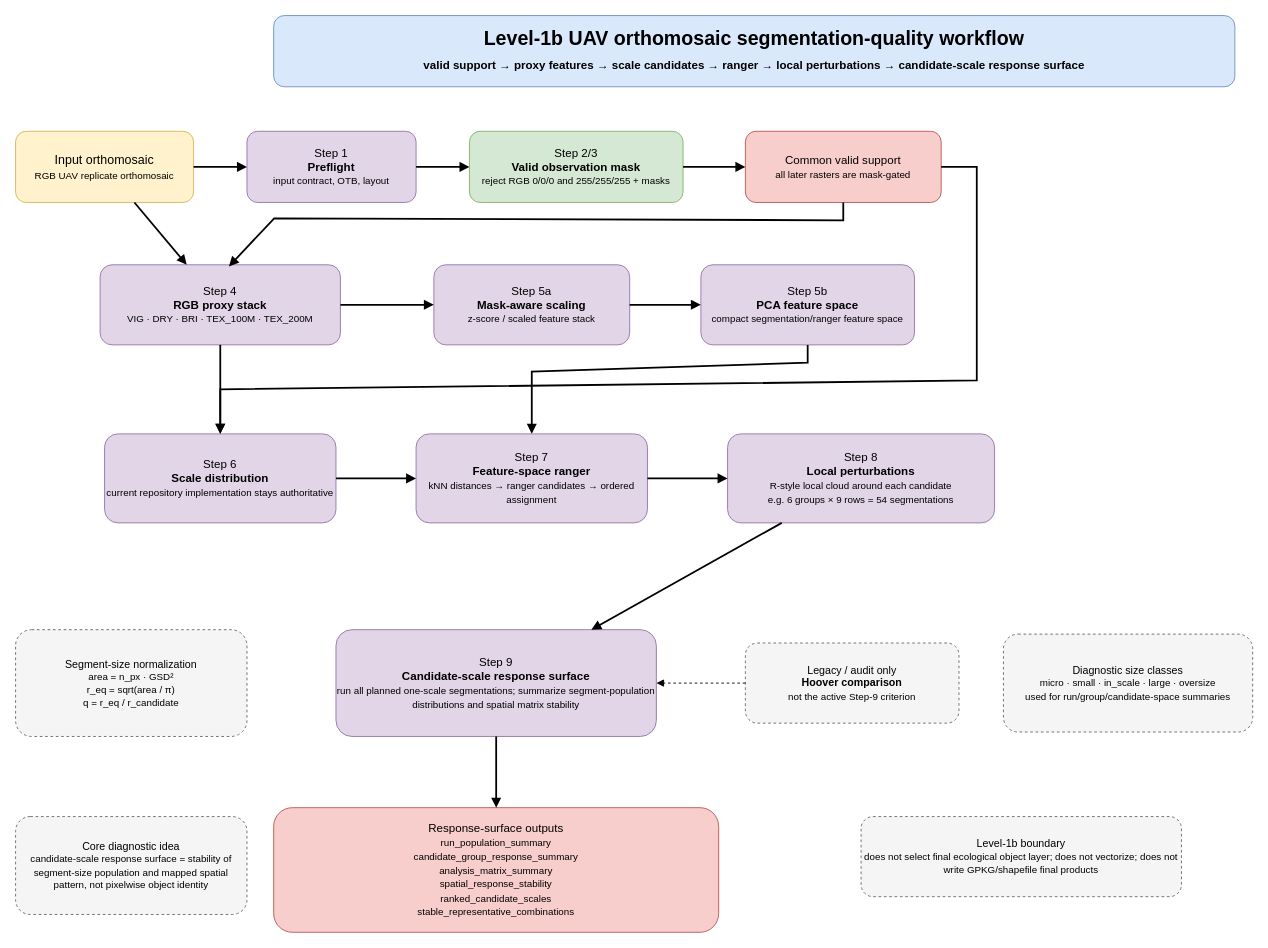
Before: docs/figures/level1b_workflow_overview.drawio in gisma/metashape-qc-engine, a draw.io diagram. Source tidied: cells renumbered, new cells numbered last; positions are measured from the earlier drawing's top-left corner, leaving out a move shared by most shapes. Both pictures are drawn from the tidied source at 89%, with x=0, y=0 at pixel (15, 15).
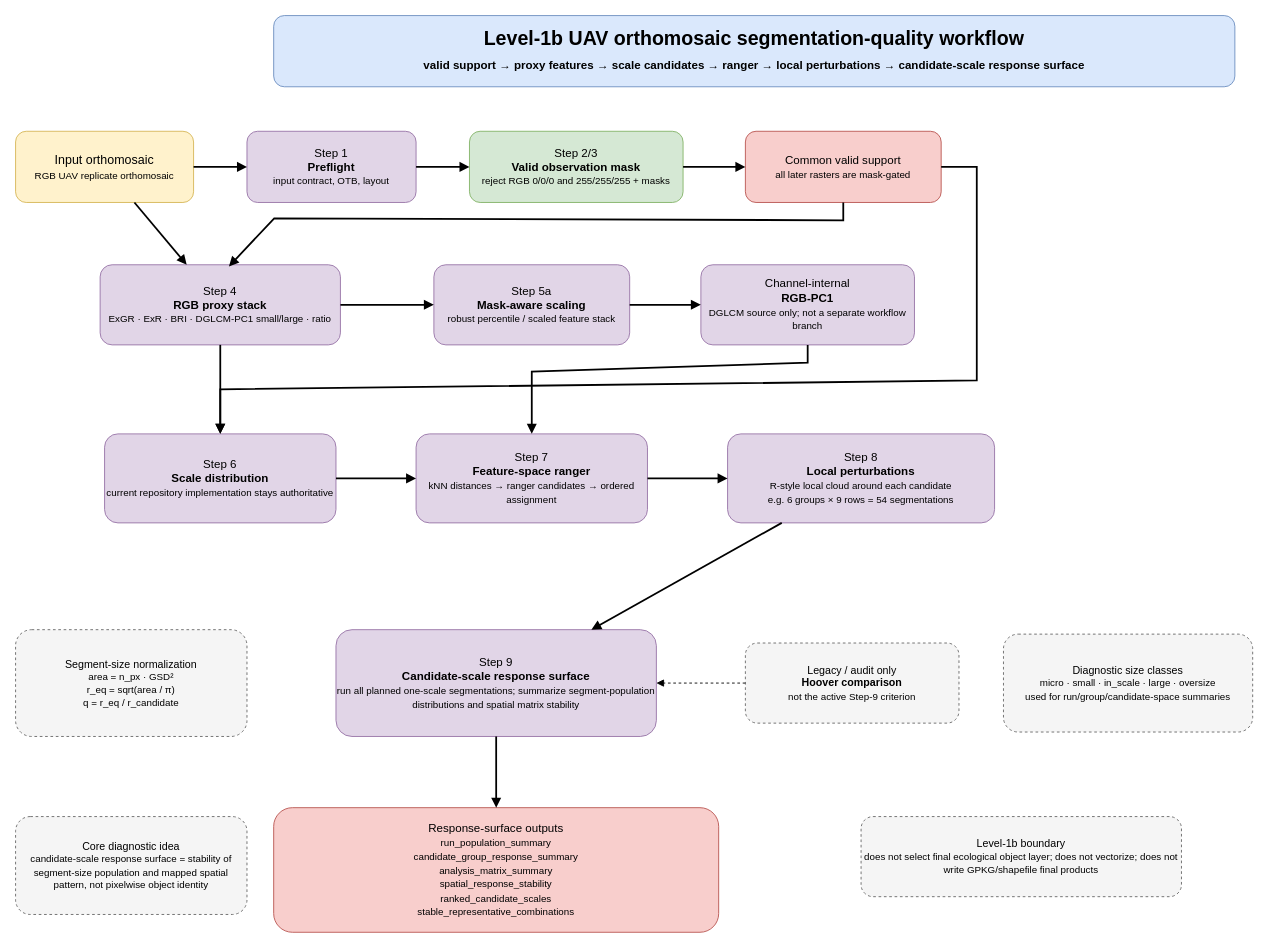
The same page after the edit.

The edit, as a diff of the source:
```diff
@@
-    <mxCell id="7" value="Step 4&lt;br&gt;&lt;b&gt;RGB proxy stack&lt;/b&gt;&lt;br&gt;&lt;font style='font-size: 11px'&gt;VIG · DRY · BRI · TEX_100M · TEX_200M&lt;/font&gt;" style="rounded=1;whiteSpace=wrap;html=1;fillColor=#e1d5e7;strokeColor=#9673a6;fontSize=13;" parent="1" vertex="1">
+    <mxCell id="7" value="Step 4&lt;br&gt;&lt;b&gt;RGB proxy stack&lt;/b&gt;&lt;br&gt;&lt;font style='font-size: 11px'&gt;ExGR · ExR · BRI · DGLCM-PC1 small/large · ratio&lt;/font&gt;" style="rounded=1;whiteSpace=wrap;html=1;fillColor=#e1d5e7;strokeColor=#9673a6;fontSize=13;" parent="1" vertex="1">
       <mxGeometry x="95" y="280" width="270" height="90" as="geometry" />
     </mxCell>
-    <mxCell id="8" value="Step 5a&lt;br&gt;&lt;b&gt;Mask-aware scaling&lt;/b&gt;&lt;br&gt;&lt;font style='font-size: 11px'&gt;z-score / scaled feature stack&lt;/font&gt;" style="rounded=1;whiteSpace=wrap;html=1;fillColor=#e1d5e7;strokeColor=#9673a6;fontSize=13;" parent="1" vertex="1">
+    <mxCell id="8" value="Step 5a&lt;br&gt;&lt;b&gt;Mask-aware scaling&lt;/b&gt;&lt;br&gt;&lt;font style='font-size: 11px'&gt;robust percentile / scaled feature stack&lt;/font&gt;" style="rounded=1;whiteSpace=wrap;html=1;fillColor=#e1d5e7;strokeColor=#9673a6;fontSize=13;" parent="1" vertex="1">
       <mxGeometry x="470" y="280" width="220" height="90" as="geometry" />
     </mxCell>
-    <mxCell id="9" value="Step 5b&lt;br&gt;&lt;b&gt;PCA feature space&lt;/b&gt;&lt;br&gt;&lt;font style='font-size: 11px'&gt;compact segmentation/ranger feature space&lt;/font&gt;" style="rounded=1;whiteSpace=wrap;html=1;fillColor=#e1d5e7;strokeColor=#9673a6;fontSize=13;" parent="1" vertex="1">
+    <mxCell id="9" value="Channel-internal&lt;br&gt;&lt;b&gt;RGB-PC1&lt;/b&gt;&lt;br&gt;&lt;font style='font-size: 11px'&gt;DGLCM source only; not a separate workflow branch&lt;/font&gt;" style="rounded=1;whiteSpace=wrap;html=1;fillColor=#e1d5e7;strokeColor=#9673a6;fontSize=13;" parent="1" vertex="1">
       <mxGeometry x="770" y="280" width="240" height="90" as="geometry" />
     </mxCell>
```
